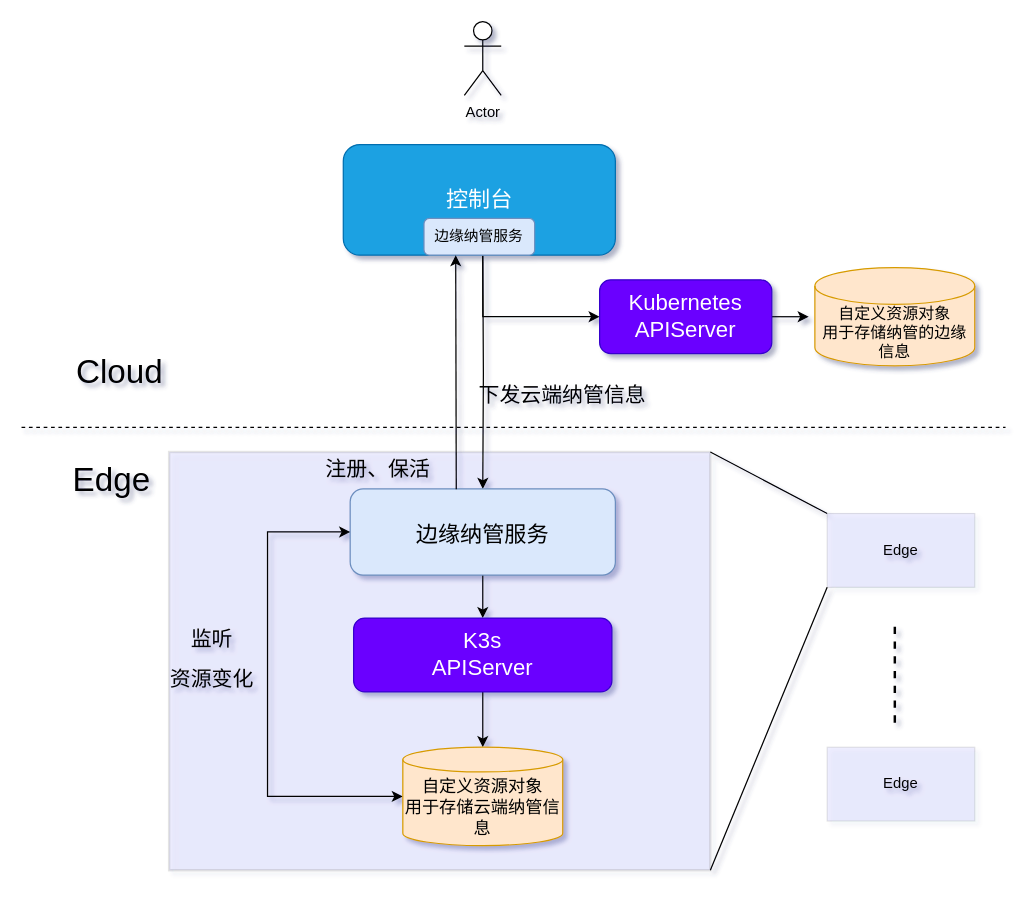
Above: 边缘纳管.drawio in TonyZZhang/draw (draw.io), before the change. Source tidied: cells renumbered, new cells numbered last; positions are measured from the earlier drawing's top-left corner, leaving out a move shared by most shapes. Both pictures are drawn from the tidied source at 123%, with x=0, y=0 at pixel (21, 21).
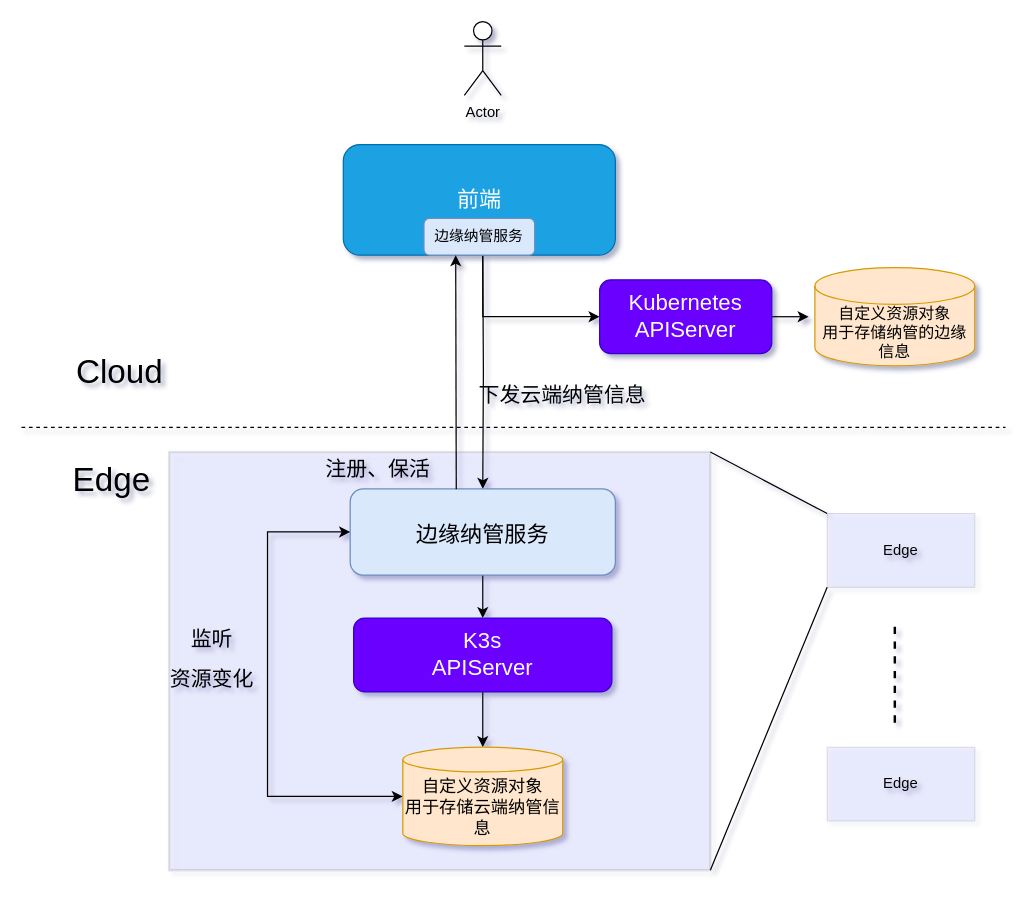
The same diagram, later.

Commit message:
更新边缘纳管.drawio

The edit, as a diff of the source:
```diff
@@
-    <mxCell id="6" value="&lt;font style=&quot;font-size: 18px;&quot;&gt;控制台&lt;/font&gt;" style="rounded=1;whiteSpace=wrap;html=1;fillColor=#1ba1e2;fontColor=#ffffff;strokeColor=#006EAF;" parent="1" vertex="1">
+    <mxCell id="6" value="&lt;span style=&quot;font-size: 18px;&quot;&gt;前端&lt;/span&gt;" style="rounded=1;whiteSpace=wrap;html=1;fillColor=#1ba1e2;fontColor=#ffffff;strokeColor=#006EAF;" parent="1" vertex="1">
       <mxGeometry x="261.6" y="100" width="221.2" height="90" as="geometry" />
     </mxCell>
```
